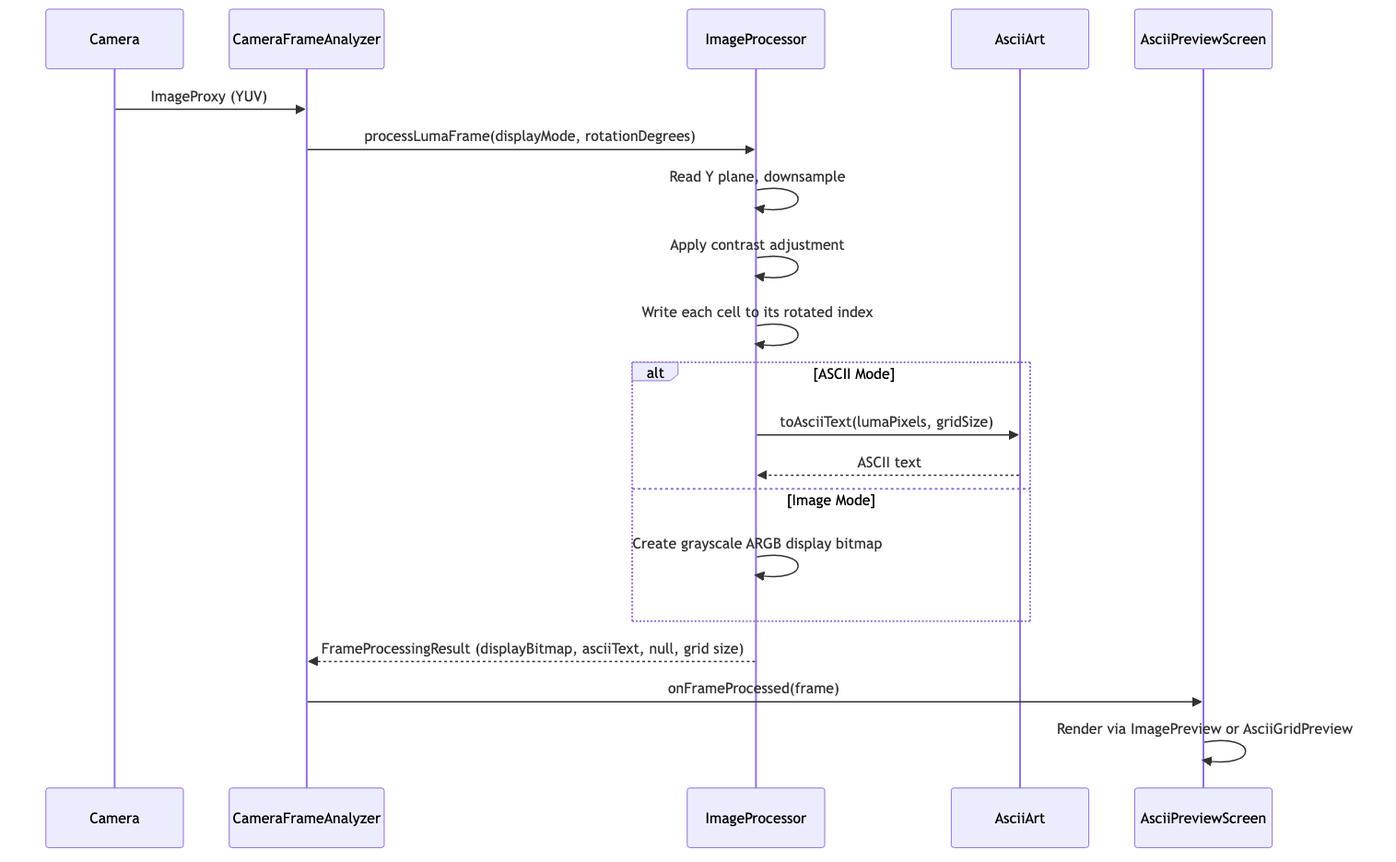
replicant1/AsciiArt keeps this Mermaid diagram as docs/sequence-grayscale.png. Above is the earlier version. Its source is kept beside it as docs/sequence-grayscale.mmd.
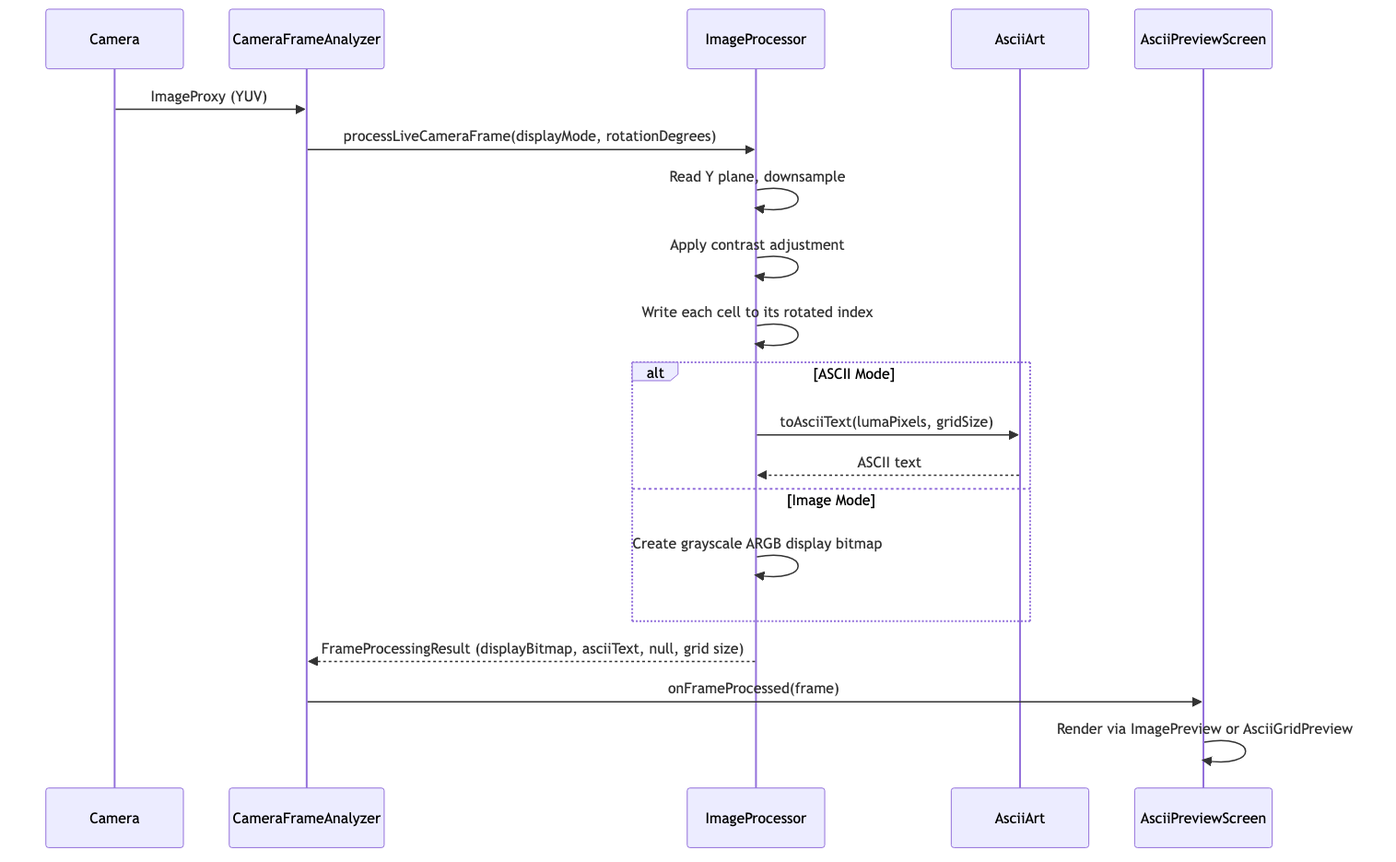
After the commit.

Change to the diagram source:
```diff
@@ -6,7 +6,7 @@
     participant UI as AsciiPreviewScreen
 
     Camera->>CFA: ImageProxy (YUV)
-    CFA->>IP: processLumaFrame(displayMode, rotationDegrees)
+    CFA->>IP: processLiveCameraFrame(displayMode, rotationDegrees)
     IP->>IP: Read Y plane, downsample
     IP->>IP: Apply contrast adjustment
     IP->>IP: Write each cell to its rotated index
```
